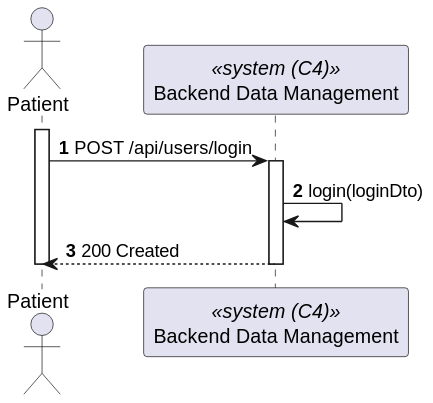
Earlier version of the PlantUML export docs/sprint-a/us-5.1.7/views/level2/process-view.svg (1220846/sem5pi-24-25-3ddg20). Source of this version:
```plantuml
@startuml
autonumber

actor "Patient" as Patient
participant BackendDataManagement as "Backend Data Management" <<system (C4)>>

activate Patient
    Patient -> BackendDataManagement : POST /api/users/login
    activate BackendDataManagement

        BackendDataManagement -> BackendDataManagement : login(loginDto)

        Patient <-- BackendDataManagement : 200 Created
    deactivate BackendDataManagement

deactivate Patient
@enduml
```
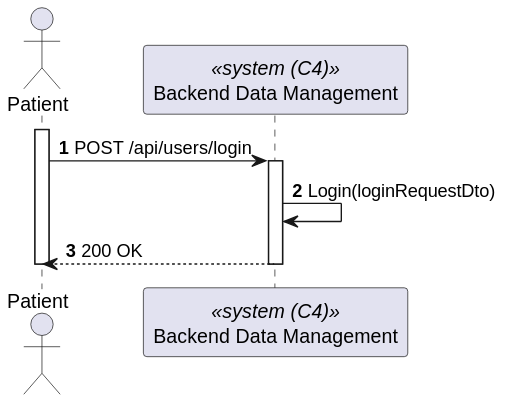
After the change.

The edit, as a diff of the source:
```diff
@@ -8,9 +8,9 @@
     Patient -> BackendDataManagement : POST /api/users/login
     activate BackendDataManagement
 
-        BackendDataManagement -> BackendDataManagement : login(loginDto)
+        BackendDataManagement -> BackendDataManagement : Login(loginRequestDto)
 
-        Patient <-- BackendDataManagement : 200 Created
+        Patient <-- BackendDataManagement : 200 OK
     deactivate BackendDataManagement
 
 deactivate Patient
```
